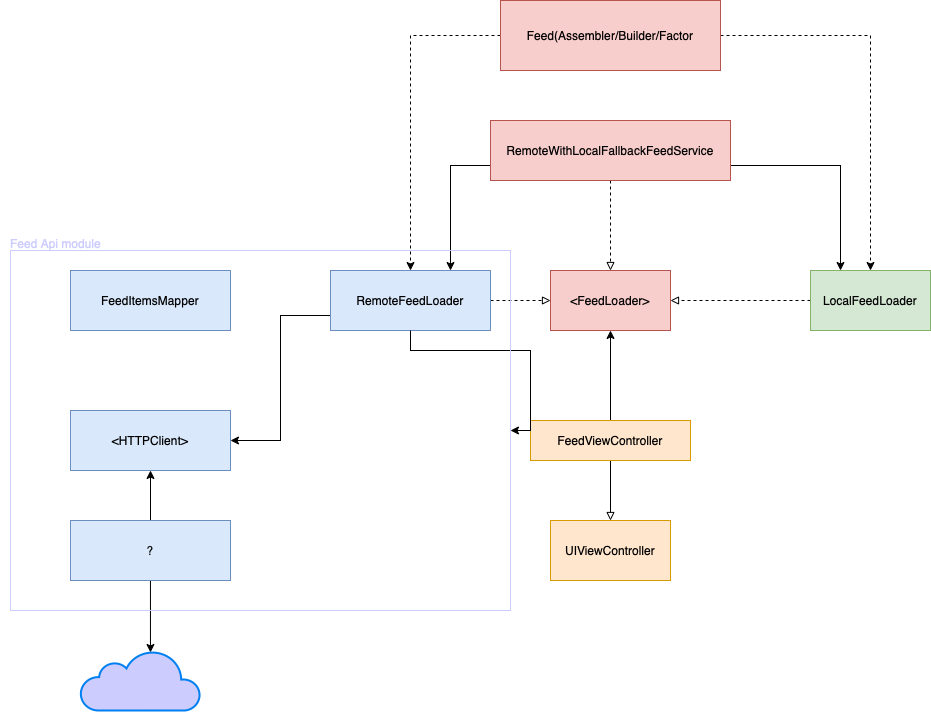
The draw.io diagram Diagrams/FeedModule.drawio.png in Galih94/EssentialFeed, before a commit. Source tidied: cells renumbered, new cells last; positions are measured from the earlier drawing's top-left corner, leaving out a move shared by most shapes. Its diagram source:
```xml
<mxGraphModel>
  <root>
    <mxCell id="0" />
    <mxCell id="1" parent="0" />
    <mxCell id="2" value="&amp;lt;FeedLoader&amp;gt;" style="rounded=0;whiteSpace=wrap;html=1;fillColor=#f8cecc;strokeColor=#b85450;" parent="1" vertex="1">
      <mxGeometry x="550" y="270" width="120" height="60" as="geometry" />
    </mxCell>
    <mxCell id="3" style="edgeStyle=orthogonalEdgeStyle;rounded=0;jettySize=auto;html=1;dashed=1;" parent="1" edge="1" source="5" target="12">
      <mxGeometry relative="1" as="geometry" />
    </mxCell>
    <mxCell id="4" style="edgeStyle=orthogonalEdgeStyle;rounded=0;jettySize=auto;html=1;dashed=1;" parent="1" edge="1" source="5" target="14">
      <mxGeometry relative="1" as="geometry" />
    </mxCell>
    <mxCell id="5" value="Feed(Assembler/Builder/Factor" style="rounded=0;whiteSpace=wrap;html=1;fillColor=#f8cecc;strokeColor=#b85450;" parent="1" vertex="1">
      <mxGeometry x="500" width="220" height="70" as="geometry" />
    </mxCell>
    <mxCell id="6" style="edgeStyle=orthogonalEdgeStyle;rounded=0;jettySize=auto;html=1;entryX=0.75;entryY=0;entryDx=0;entryDy=0;exitX=0;exitY=0.75;exitDx=0;exitDy=0;" parent="1" edge="1" source="9" target="12">
      <mxGeometry relative="1" as="geometry">
        <Array as="points">
          <mxPoint x="450" y="165" />
        </Array>
      </mxGeometry>
    </mxCell>
    <mxCell id="7" style="edgeStyle=orthogonalEdgeStyle;rounded=0;jettySize=auto;html=1;exitX=1;exitY=0.75;exitDx=0;exitDy=0;entryX=0.25;entryY=0;entryDx=0;entryDy=0;" parent="1" edge="1" source="9" target="14">
      <mxGeometry relative="1" as="geometry" />
    </mxCell>
    <mxCell id="8" style="edgeStyle=orthogonalEdgeStyle;rounded=0;jettySize=auto;html=1;dashed=1;endArrow=block;endFill=0;" parent="1" edge="1" source="9" target="2">
      <mxGeometry relative="1" as="geometry" />
    </mxCell>
    <mxCell id="9" value="RemoteWithLocalFallbackFeedService" style="rounded=0;whiteSpace=wrap;html=1;fillColor=#f8cecc;strokeColor=#b85450;" parent="1" vertex="1">
      <mxGeometry x="490" y="120" width="240" height="60" as="geometry" />
    </mxCell>
    <mxCell id="10" style="edgeStyle=orthogonalEdgeStyle;rounded=0;jettySize=auto;html=1;dashed=1;endArrow=block;endFill=0;" parent="1" edge="1" source="12" target="2">
      <mxGeometry relative="1" as="geometry" />
    </mxCell>
    <mxCell id="11" style="edgeStyle=orthogonalEdgeStyle;rounded=0;jettySize=auto;html=1;exitX=0;exitY=0.75;exitDx=0;exitDy=0;entryX=1;entryY=0.5;entryDx=0;entryDy=0;" parent="1" edge="1" source="12" target="19">
      <mxGeometry relative="1" as="geometry" />
    </mxCell>
    <mxCell id="12" value="RemoteFeedLoader" style="rounded=0;whiteSpace=wrap;html=1;fillColor=#dae8fc;strokeColor=#6c8ebf;" parent="1" vertex="1">
      <mxGeometry x="330" y="270" width="160" height="60" as="geometry" />
    </mxCell>
    <mxCell id="13" style="edgeStyle=orthogonalEdgeStyle;rounded=0;jettySize=auto;html=1;entryX=1;entryY=0.5;entryDx=0;entryDy=0;dashed=1;endArrow=block;endFill=0;" parent="1" edge="1" source="14" target="2">
      <mxGeometry relative="1" as="geometry" />
    </mxCell>
    <mxCell id="14" value="LocalFeedLoader" style="rounded=0;whiteSpace=wrap;html=1;fillColor=#d5e8d4;strokeColor=#82b366;" parent="1" vertex="1">
      <mxGeometry x="810" y="270" width="120" height="60" as="geometry" />
    </mxCell>
    <mxCell id="15" value="UIViewController" style="rounded=0;whiteSpace=wrap;html=1;fillColor=#ffe6cc;strokeColor=#d79b00;" parent="1" vertex="1">
      <mxGeometry x="550" y="520" width="120" height="60" as="geometry" />
    </mxCell>
    <mxCell id="16" style="edgeStyle=orthogonalEdgeStyle;rounded=0;jettySize=auto;html=1;entryX=0.5;entryY=0;entryDx=0;entryDy=0;endArrow=block;endFill=0;" parent="1" edge="1" source="18" target="15">
      <mxGeometry relative="1" as="geometry" />
    </mxCell>
    <mxCell id="17" style="edgeStyle=orthogonalEdgeStyle;rounded=0;jettySize=auto;html=1;entryX=0.5;entryY=1;entryDx=0;entryDy=0;" parent="1" edge="1" source="18" target="2">
      <mxGeometry relative="1" as="geometry" />
    </mxCell>
    <mxCell id="18" value="FeedViewController" style="rounded=0;whiteSpace=wrap;html=1;fillColor=#ffe6cc;strokeColor=#d79b00;" parent="1" vertex="1">
      <mxGeometry x="530" y="420" width="160" height="40" as="geometry" />
    </mxCell>
    <mxCell id="19" value="&amp;lt;HTTPClient&amp;gt;" style="rounded=0;whiteSpace=wrap;html=1;fillColor=#dae8fc;strokeColor=#6c8ebf;" parent="1" vertex="1">
      <mxGeometry x="70" y="410" width="160" height="60" as="geometry" />
    </mxCell>
    <mxCell id="20" value="FeedItemsMapper" style="rounded=0;whiteSpace=wrap;html=1;fillColor=#dae8fc;strokeColor=#6c8ebf;" parent="1" vertex="1">
      <mxGeometry x="70" y="270" width="160" height="60" as="geometry" />
    </mxCell>
    <mxCell id="21" value="&lt;font color=&quot;#ccccff&quot;&gt;Feed Api module&lt;/font&gt;" style="text;html=1;align=center;verticalAlign=middle;strokeColor=none;fillColor=none;" parent="1" vertex="1">
      <mxGeometry y="228" width="110" height="30" as="geometry" />
    </mxCell>
    <mxCell id="22" style="edgeStyle=orthogonalEdgeStyle;rounded=0;jettySize=auto;html=1;exitX=0.5;exitY=0;exitDx=0;exitDy=0;entryX=0.5;entryY=1;entryDx=0;entryDy=0;" parent="1" edge="1" source="24" target="19">
      <mxGeometry relative="1" as="geometry" />
    </mxCell>
    <mxCell id="23" style="edgeStyle=orthogonalEdgeStyle;rounded=0;jettySize=auto;html=1;entryX=0.583;entryY=0.033;entryDx=0;entryDy=0;entryPerimeter=0;" parent="1" edge="1" source="24" target="25">
      <mxGeometry relative="1" as="geometry" />
    </mxCell>
    <mxCell id="24" value="?" style="rounded=0;whiteSpace=wrap;html=1;fillColor=#dae8fc;strokeColor=#6c8ebf;" parent="1" vertex="1">
      <mxGeometry x="70" y="520" width="160" height="60" as="geometry" />
    </mxCell>
    <mxCell id="25" style="html=1;verticalLabelPosition=bottom;align=center;labelBackgroundColor=#ffffff;verticalAlign=top;strokeWidth=2;strokeColor=#0080F0;shadow=0;dashed=0;shape=mxgraph.ios7.icons.cloud;fillColor=#CCCCFF;" parent="1" vertex="1">
      <mxGeometry x="80" y="650" width="120" height="60" as="geometry" />
    </mxCell>
    <mxCell id="26" style="edgeStyle=orthogonalEdgeStyle;rounded=0;jettySize=auto;html=1;entryX=1;entryY=0.5;entryDx=0;entryDy=0;" parent="1" edge="1" source="12" target="27">
      <mxGeometry relative="1" as="geometry" />
    </mxCell>
    <mxCell id="27" style="rounded=0;whiteSpace=wrap;html=1;fillColor=none;strokeColor=#CCCCFF;" parent="1" vertex="1">
      <mxGeometry x="10" y="250" width="500" height="360" as="geometry" />
    </mxCell>
  </root>
</mxGraphModel>
```
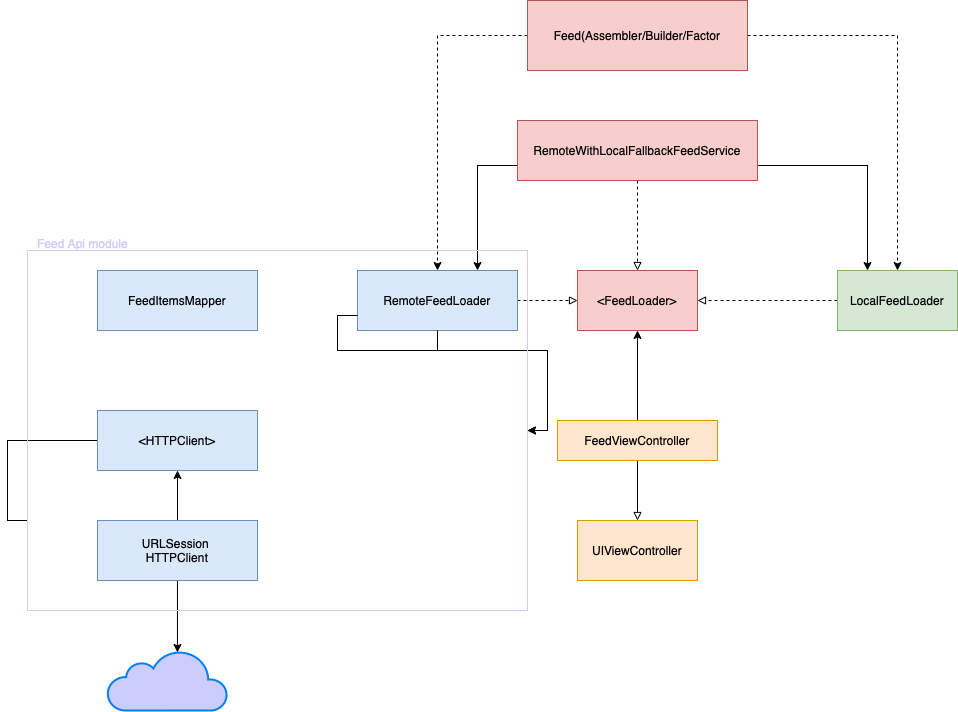
After the change.

Commit message:
feat(Diagram): update diagram add URLSession (HTTPClient) object to access api BE

What changed in the source:
```diff
@@ -33,7 +33,7 @@
     <mxCell id="10" style="edgeStyle=orthogonalEdgeStyle;rounded=0;jettySize=auto;html=1;dashed=1;endArrow=block;endFill=0;" parent="1" edge="1" source="12" target="2">
       <mxGeometry relative="1" as="geometry" />
     </mxCell>
-    <mxCell id="11" style="edgeStyle=orthogonalEdgeStyle;rounded=0;jettySize=auto;html=1;exitX=0;exitY=0.75;exitDx=0;exitDy=0;entryX=1;entryY=0.5;entryDx=0;entryDy=0;" parent="1" edge="1" source="12" target="19">
+    <mxCell id="11" style="edgeStyle=orthogonalEdgeStyle;rounded=0;jettySize=auto;html=1;exitX=0;exitY=0.75;exitDx=0;exitDy=0;entryX=1;entryY=0.5;entryDx=0;entryDy=0;" parent="1" edge="1" source="27" target="19">
       <mxGeometry relative="1" as="geometry" />
     </mxCell>
     <mxCell id="12" value="RemoteFeedLoader" style="rounded=0;whiteSpace=wrap;html=1;fillColor=#dae8fc;strokeColor=#6c8ebf;" parent="1" vertex="1">
@@ -72,7 +72,7 @@
     <mxCell id="23" style="edgeStyle=orthogonalEdgeStyle;rounded=0;jettySize=auto;html=1;entryX=0.583;entryY=0.033;entryDx=0;entryDy=0;entryPerimeter=0;" parent="1" edge="1" source="24" target="25">
       <mxGeometry relative="1" as="geometry" />
     </mxCell>
-    <mxCell id="24" value="?" style="rounded=0;whiteSpace=wrap;html=1;fillColor=#dae8fc;strokeColor=#6c8ebf;" parent="1" vertex="1">
+    <mxCell id="24" value="URLSession&amp;nbsp;&lt;br&gt;HTTPClient" style="rounded=0;whiteSpace=wrap;html=1;fillColor=#dae8fc;strokeColor=#6c8ebf;" parent="1" vertex="1">
       <mxGeometry x="70" y="520" width="160" height="60" as="geometry" />
     </mxCell>
     <mxCell id="25" style="html=1;verticalLabelPosition=bottom;align=center;labelBackgroundColor=#ffffff;verticalAlign=top;strokeWidth=2;strokeColor=#0080F0;shadow=0;dashed=0;shape=mxgraph.ios7.icons.cloud;fillColor=#CCCCFF;" parent="1" vertex="1">
@@ -81,8 +81,11 @@
     <mxCell id="26" style="edgeStyle=orthogonalEdgeStyle;rounded=0;jettySize=auto;html=1;entryX=1;entryY=0.5;entryDx=0;entryDy=0;" parent="1" edge="1" source="12" target="27">
       <mxGeometry relative="1" as="geometry" />
     </mxCell>
+    <mxCell id="28" style="edgeStyle=orthogonalEdgeStyle;rounded=0;jettySize=auto;html=1;exitX=0;exitY=0.75;exitDx=0;exitDy=0;entryX=1;entryY=0.5;entryDx=0;entryDy=0;" parent="1" edge="1" source="12" target="27">
+      <mxGeometry relative="1" as="geometry" />
+    </mxCell>
     <mxCell id="27" style="rounded=0;whiteSpace=wrap;html=1;fillColor=none;strokeColor=#CCCCFF;" parent="1" vertex="1">
-      <mxGeometry x="10" y="250" width="500" height="360" as="geometry" />
+      <mxGeometry y="250" width="500" height="360" as="geometry" />
     </mxCell>
   </root>
 </mxGraphModel>
```
